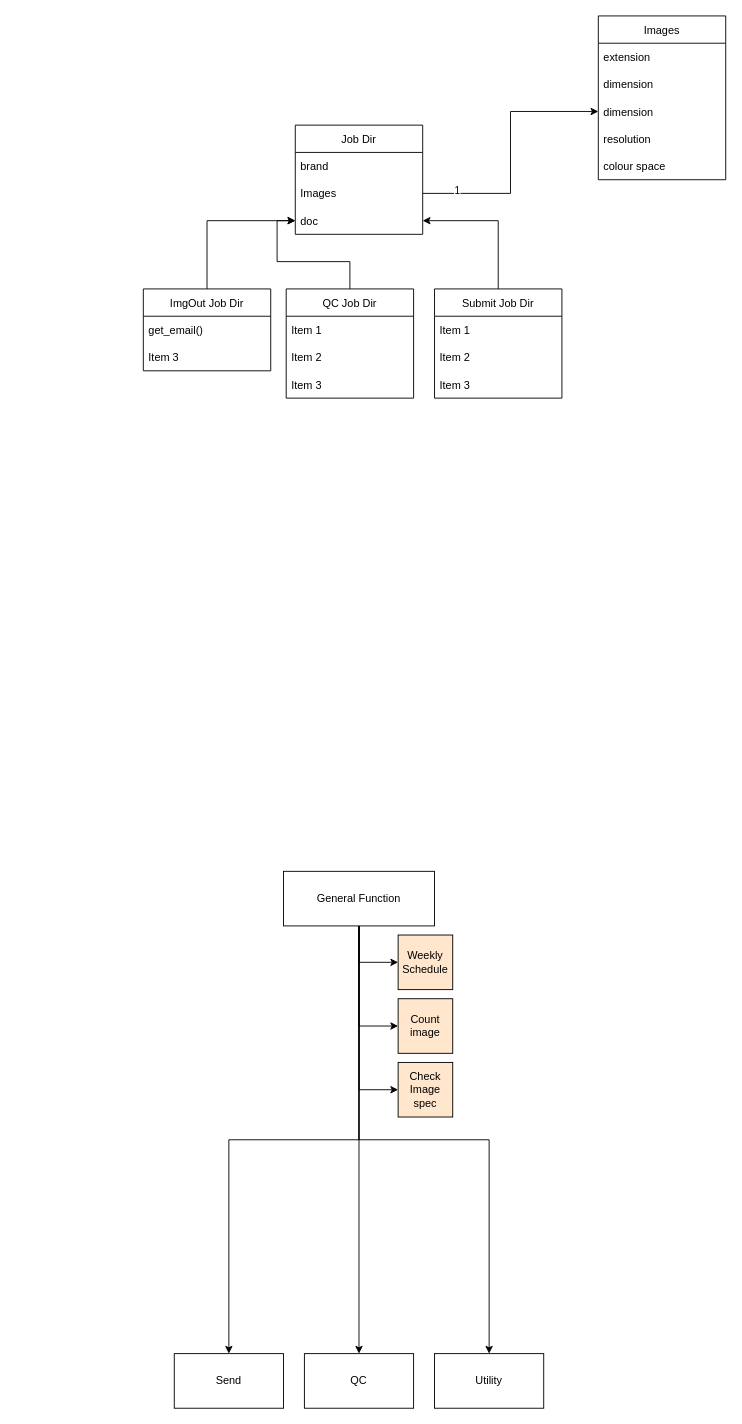
pugtooone/IHS keeps this draw.io diagram as python/IHS Class Diagram.drawio. Above is the earlier version. Source tidied: cells renumbered, new cells numbered last; positions are measured from the earlier drawing's top-left corner, leaving out a move shared by most shapes. Both pictures are drawn from the tidied source at 91%, with x=0, y=0 at pixel (143, 15).
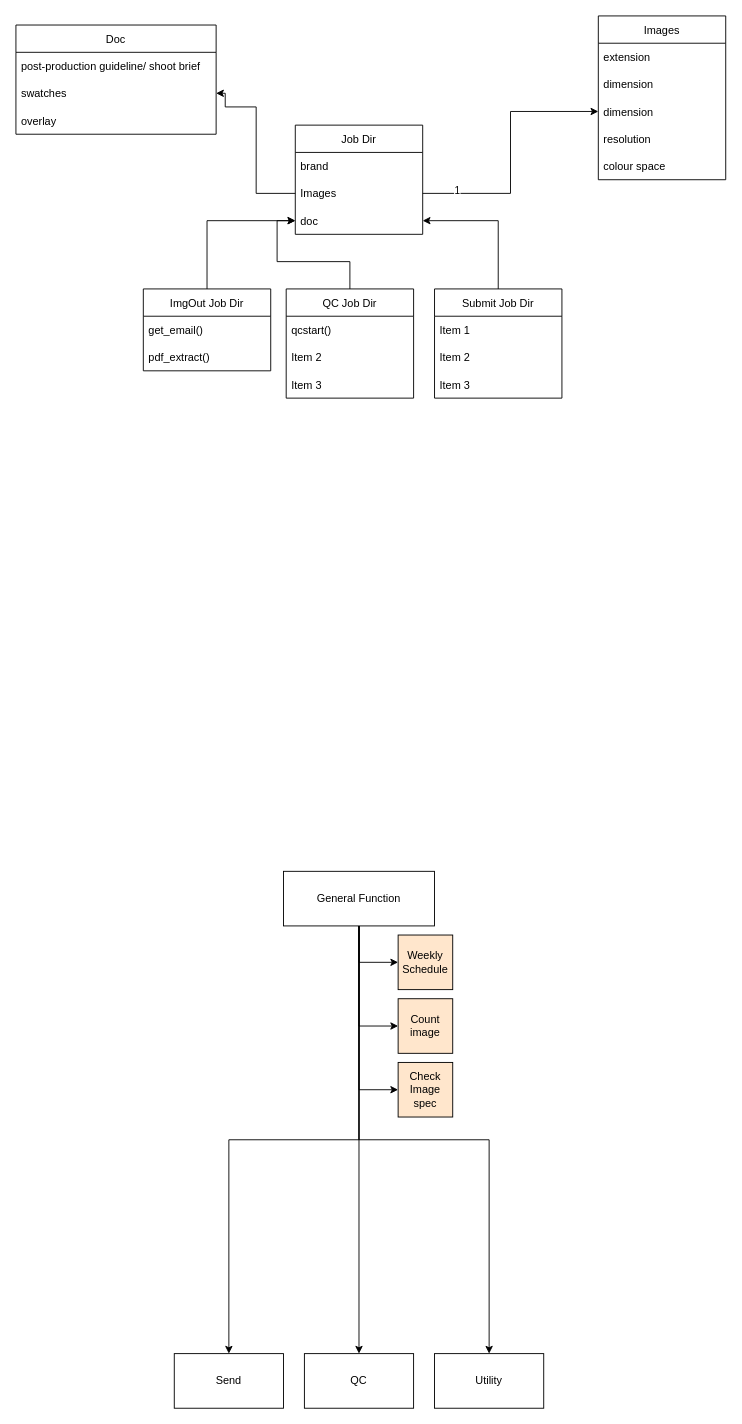
The same page after the edit.

Commit message:
Introduce Doc class & pdf_extract() to ImgOut JobDir

The change refers to these unchanged cells:
```xml
<mxCell id="24" value="Images" style="text;strokeColor=none;fillColor=none;align=left;verticalAlign=middle;spacingLeft=4;spacingRight=4;overflow=hidden;points=[[0,0.5],[1,0.5]];portConstraint=eastwest;" parent="22" vertex="1">
  <mxGeometry y="60" width="140" height="30" as="geometry" />
</mxCell>
<mxCell id="29" value="ImgOut Job Dir" style="swimlane;fontStyle=0;horizontal=1;startSize=30;" parent="1" vertex="1">
  <mxGeometry y="300" width="140" height="90" as="geometry" />
</mxCell>
<mxCell id="33" value="QC Job Dir" style="swimlane;fontStyle=0;horizontal=1;startSize=30;" parent="1" vertex="1">
  <mxGeometry x="157" y="300" width="140" height="120" as="geometry" />
</mxCell>
```

Change to the diagram source:
```diff
@@
-    <mxCell id="31" value="Item 3" style="text;strokeColor=none;fillColor=none;align=left;verticalAlign=middle;spacingLeft=4;spacingRight=4;overflow=hidden;" parent="29" vertex="1">
+    <mxCell id="31" value="pdf_extract()" style="text;strokeColor=none;fillColor=none;align=left;verticalAlign=middle;spacingLeft=4;spacingRight=4;overflow=hidden;" parent="29" vertex="1">
       <mxGeometry y="60" width="140" height="30" as="geometry" />
     </mxCell>
@@
-    <mxCell id="34" value="Item 1" style="text;strokeColor=none;fillColor=none;align=left;verticalAlign=middle;spacingLeft=4;spacingRight=4;overflow=hidden;" parent="33" vertex="1">
+    <mxCell id="34" value="qcstart()" style="text;strokeColor=none;fillColor=none;align=left;verticalAlign=middle;spacingLeft=4;spacingRight=4;overflow=hidden;" parent="33" vertex="1">
       <mxGeometry y="30" width="140" height="30" as="geometry" />
     </mxCell>
@@
+    <mxCell id="42" value="Doc" style="swimlane;fontStyle=0;horizontal=1;startSize=30;" parent="1" vertex="1">
+      <mxGeometry x="-140" y="10" width="220" height="120" as="geometry" />
+    </mxCell>
+    <mxCell id="43" value="post-production guideline/ shoot brief" style="text;strokeColor=none;fillColor=none;align=left;verticalAlign=middle;spacingLeft=4;spacingRight=4;overflow=hidden;" parent="42" vertex="1">
+      <mxGeometry y="30" width="220" height="30" as="geometry" />
+    </mxCell>
+    <mxCell id="44" value="swatches" style="text;strokeColor=none;fillColor=none;align=left;verticalAlign=middle;spacingLeft=4;spacingRight=4;overflow=hidden;points=[[0,0.5],[1,0.5]];portConstraint=eastwest;" parent="42" vertex="1">
+      <mxGeometry y="60" width="220" height="30" as="geometry" />
+    </mxCell>
+    <mxCell id="45" value="overlay" style="text;strokeColor=none;fillColor=none;align=left;verticalAlign=middle;spacingLeft=4;spacingRight=4;overflow=hidden;" parent="42" vertex="1">
+      <mxGeometry y="90" width="220" height="30" as="geometry" />
+    </mxCell>
+    <mxCell id="46" style="edgeStyle=orthogonalEdgeStyle;rounded=0;jettySize=auto;html=1;exitX=0;exitY=0.5;exitDx=0;exitDy=0;entryX=1;entryY=0.5;entryDx=0;entryDy=0;" parent="1" edge="1" source="24" target="44">
+      <mxGeometry relative="1" as="geometry">
+        <Array as="points">
+          <mxPoint x="124" y="195" />
+          <mxPoint x="124" y="100" />
+          <mxPoint x="90" y="100" />
+          <mxPoint x="90" y="85" />
+        </Array>
+      </mxGeometry>
+    </mxCell>
```
